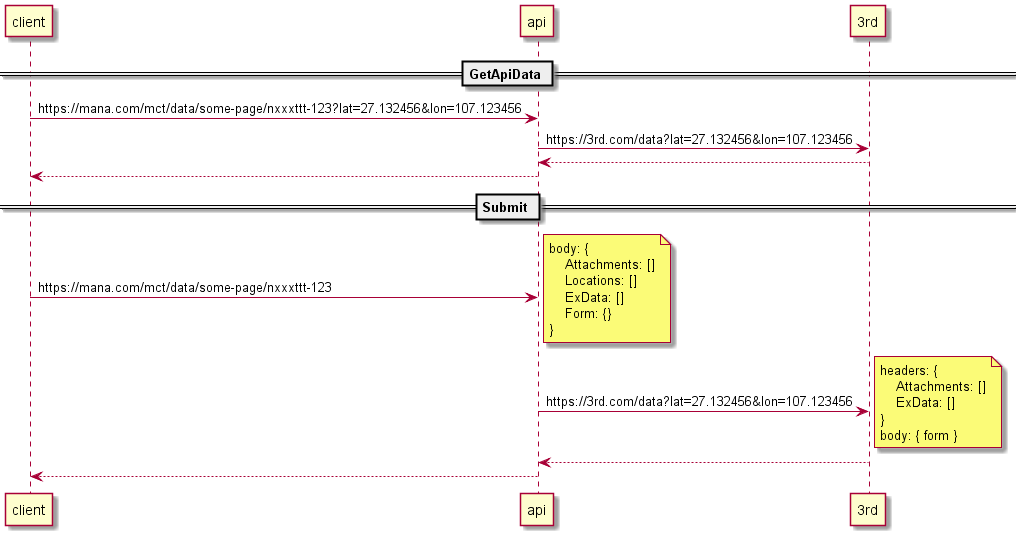
BugLordTO/cart-ideas keeps this PlantUML diagram as ManaRequestBody/out/sequence/sequence.png. Above is the earlier version. Source of this version:
```plantuml
@startuml sequence

participant client
participant api
participant 3rd

== GetApiData ==

client -> api : https://mana.com/mct/data/some-page/nxxxttt-123?lat=27.132456&lon=107.123456
api -> 3rd : https://3rd.com/data?lat=27.132456&lon=107.123456
api <-- 3rd
client <-- api

== Submit ==

client -> api : https://mana.com/mct/data/some-page/nxxxttt-123
note right
body: {
    Attachments: []
    Locations: []
    ExData: []
    Form: {}
}
endnote
api -> 3rd : https://3rd.com/data?lat=27.132456&lon=107.123456
note right
headers: {
    Attachments: []
    ExData: []
}
body: { form }
endnote
api <-- 3rd
client <-- api

@enduml
```
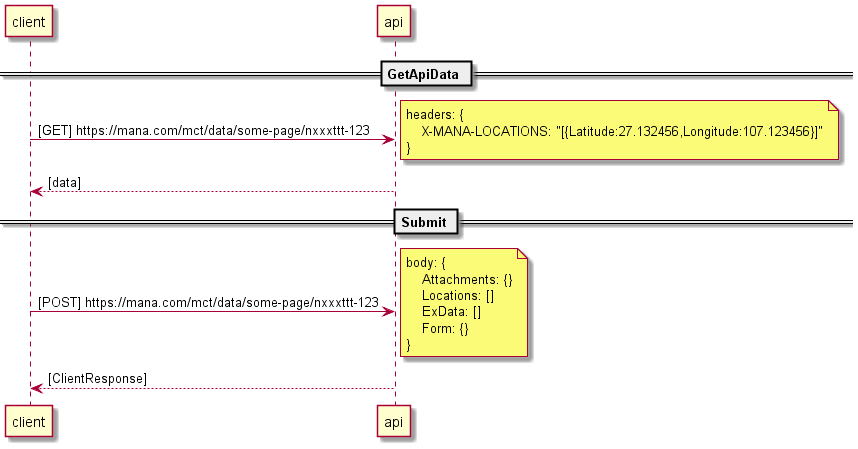
The same diagram one commit later.

Change to the diagram source:
```diff
@@ -2,35 +2,28 @@
 
 participant client
 participant api
-participant 3rd
 
 == GetApiData ==
 
-client -> api : https://mana.com/mct/data/some-page/nxxxttt-123?lat=27.132456&lon=107.123456
-api -> 3rd : https://3rd.com/data?lat=27.132456&lon=107.123456
-api <-- 3rd
-client <-- api
+client -> api : [GET] https://mana.com/mct/data/some-page/nxxxttt-123
+note right
+headers: {
+    X-MANA-LOCATIONS: "[{Latitude:27.132456,Longitude:107.123456}]"
+}
+endnote
+client <-- api : [data]
 
 == Submit ==
 
-client -> api : https://mana.com/mct/data/some-page/nxxxttt-123
+client -> api : [POST] https://mana.com/mct/data/some-page/nxxxttt-123
 note right
 body: {
-    Attachments: []
+    Attachments: {}
     Locations: []
     ExData: []
     Form: {}
 }
 endnote
-api -> 3rd : https://3rd.com/data?lat=27.132456&lon=107.123456
-note right
-headers: {
-    Attachments: []
-    ExData: []
-}
-body: { form }
-endnote
-api <-- 3rd
-client <-- api
+client <-- api : [ClientResponse]
 
 @enduml
```
